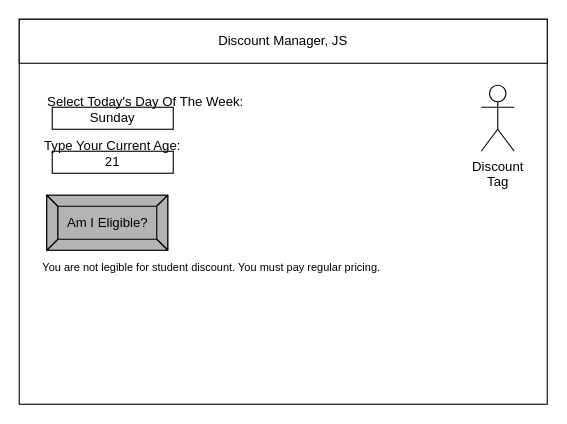
sam-corbett/ICS2O-Unit5-04-JS keeps this draw.io diagram as design/story-board.drawio. Above is the earlier version. Source tidied: cells renumbered, new cells numbered last; positions are measured from the earlier drawing's top-left corner, leaving out a move shared by most shapes. Both pictures are drawn from the tidied source at 110%, with x=0, y=0 at pixel (19, 19).
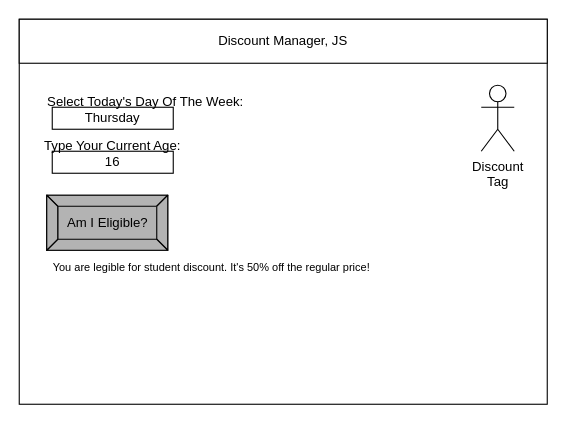
Above is the later version.

Diff of the diagram source:
```diff
@@
 <mxGraphModel>
   <root>
     <mxCell id="0" />
     <mxCell id="1" parent="0" />
     <mxCell id="2" style="rounded=0;whiteSpace=wrap;html=1;" parent="1" vertex="1">
       <mxGeometry width="480" height="350" as="geometry" />
     </mxCell>
     <mxCell id="3" value="Discount Manager, JS" style="rounded=0;whiteSpace=wrap;html=1;" parent="1" vertex="1">
       <mxGeometry width="480" height="40" as="geometry" />
     </mxCell>
     <mxCell id="4" value="Am I Eligible?" style="labelPosition=center;verticalLabelPosition=middle;align=center;html=1;shape=mxgraph.basic.button;dx=10;fillColor=#B3B3B3;" parent="1" vertex="1">
       <mxGeometry x="25" y="160" width="110" height="50" as="geometry" />
     </mxCell>
     <mxCell id="5" value="Discount&lt;br&gt;Tag" style="shape=umlActor;verticalLabelPosition=bottom;verticalAlign=top;html=1;" parent="1" vertex="1">
       <mxGeometry x="420" y="60" width="30" height="60" as="geometry" />
     </mxCell>
-    <mxCell id="6" value="Sunday" style="rounded=0;whiteSpace=wrap;html=1;" parent="1" vertex="1">
+    <mxCell id="6" value="Thursday" style="rounded=0;whiteSpace=wrap;html=1;" parent="1" vertex="1">
       <mxGeometry x="30" y="80" width="110" height="20" as="geometry" />
     </mxCell>
     <mxCell id="7" value="Select Today's Day Of The Week:" style="text;html=1;strokeColor=none;fillColor=none;align=center;verticalAlign=middle;whiteSpace=wrap;rounded=0;" parent="1" vertex="1">
       <mxGeometry x="20" y="70" width="190" height="10" as="geometry" />
     </mxCell>
-    <mxCell id="8" value="21" style="rounded=0;whiteSpace=wrap;html=1;" parent="1" vertex="1">
+    <mxCell id="8" value="16" style="rounded=0;whiteSpace=wrap;html=1;" parent="1" vertex="1">
       <mxGeometry x="30" y="120" width="110" height="20" as="geometry" />
     </mxCell>
     <mxCell id="9" value="Type Your Current Age:" style="text;html=1;strokeColor=none;fillColor=none;align=center;verticalAlign=middle;whiteSpace=wrap;rounded=0;" parent="1" vertex="1">
       <mxGeometry x="20" y="110" width="130" height="10" as="geometry" />
     </mxCell>
-    <mxCell id="10" value="&lt;font style=&quot;font-size: 10px&quot;&gt;You are not legible for student discount. You must pay regular pricing.&lt;/font&gt;" style="text;html=1;strokeColor=none;fillColor=none;align=center;verticalAlign=middle;whiteSpace=wrap;rounded=0;" parent="1" vertex="1">
+    <mxCell id="10" value="&lt;font style=&quot;font-size: 10px&quot;&gt;You are legible for student discount. It's 50% off the regular price!&lt;/font&gt;" style="text;html=1;strokeColor=none;fillColor=none;align=center;verticalAlign=middle;whiteSpace=wrap;rounded=0;" parent="1" vertex="1">
       <mxGeometry x="20" y="220" width="310" height="10" as="geometry" />
     </mxCell>
   </root>
 </mxGraphModel>
```
